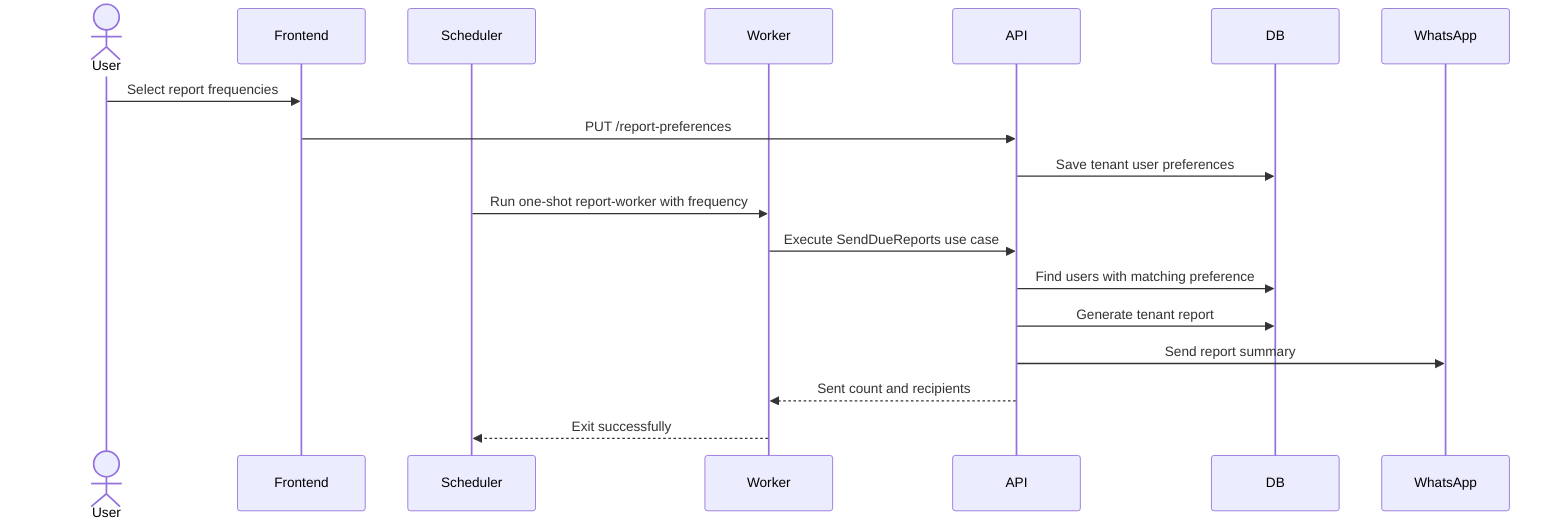
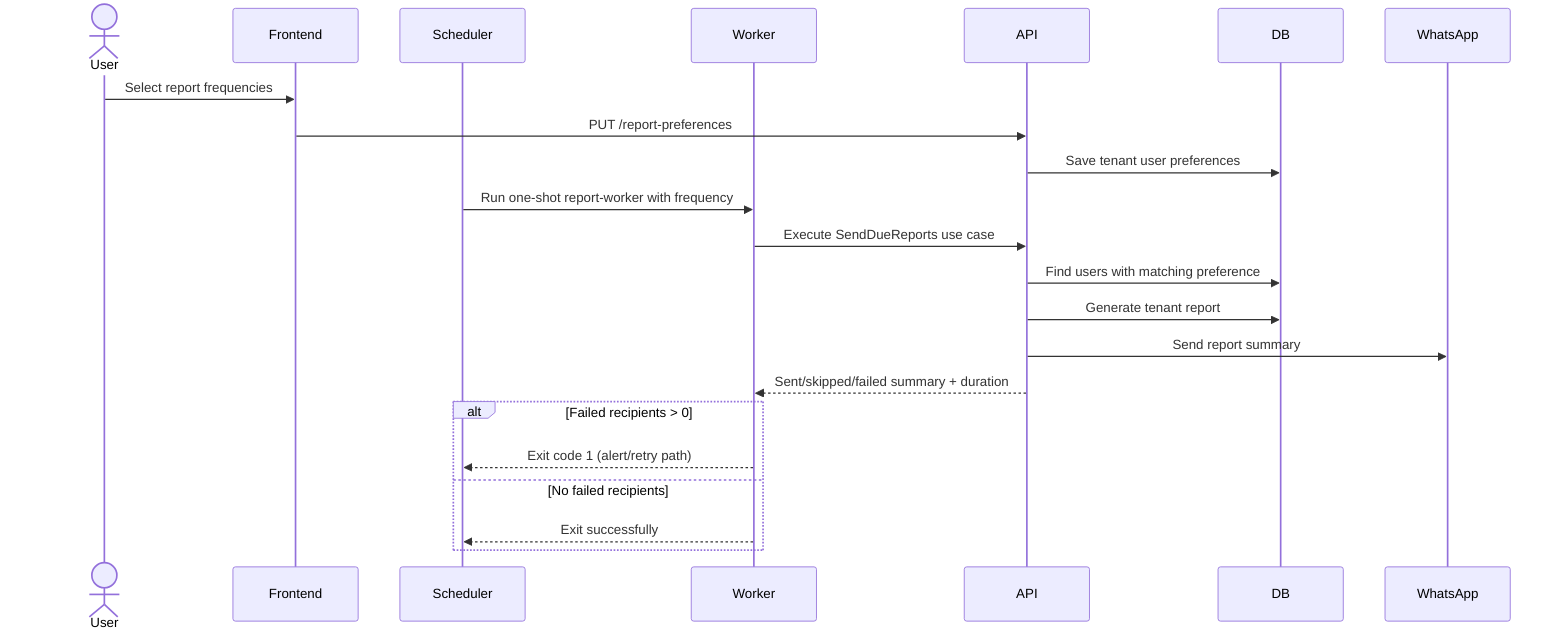
sequenceDiagram
  actor User
  participant Frontend
  participant Scheduler
  participant Worker
  participant API
  participant DB
  participant WhatsApp
  User->>Frontend: Select report frequencies
  Frontend->>API: PUT /report-preferences
  API->>DB: Save tenant user preferences
  Scheduler->>Worker: Run one-shot report-worker with frequency
  Worker->>API: Execute SendDueReports use case
  API->>DB: Find users with matching preference
  API->>DB: Generate tenant report
  API->>WhatsApp: Send report summary
-   API-->>Worker: Sent count and recipients
-   Worker-->>Scheduler: Exit successfully
+   API-->>Worker: Sent/skipped/failed summary + duration
+   alt Failed recipients > 0
+     Worker-->>Scheduler: Exit code 1 (alert/retry path)
+   else No failed recipients
+     Worker-->>Scheduler: Exit successfully
+   end
